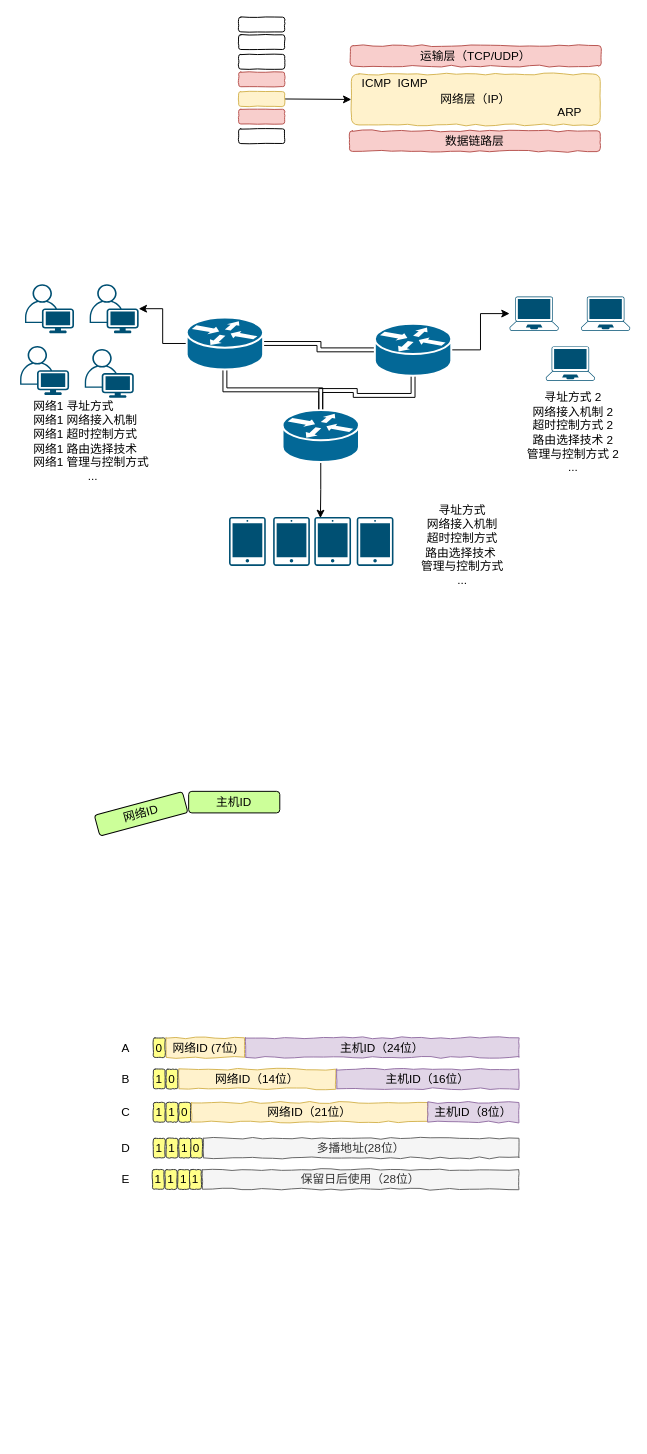
doctorrm/tool keeps this draw.io diagram as page "第 2 页" (2 of 2) of Untitled Diagram.drawio. Above is the earlier version. Source tidied: cells renumbered, new cells numbered last; positions are measured from the earlier drawing's top-left corner, leaving out a move shared by most shapes. Both pictures are drawn from the tidied source at 98%, with x=0, y=0 at pixel (17, 17).
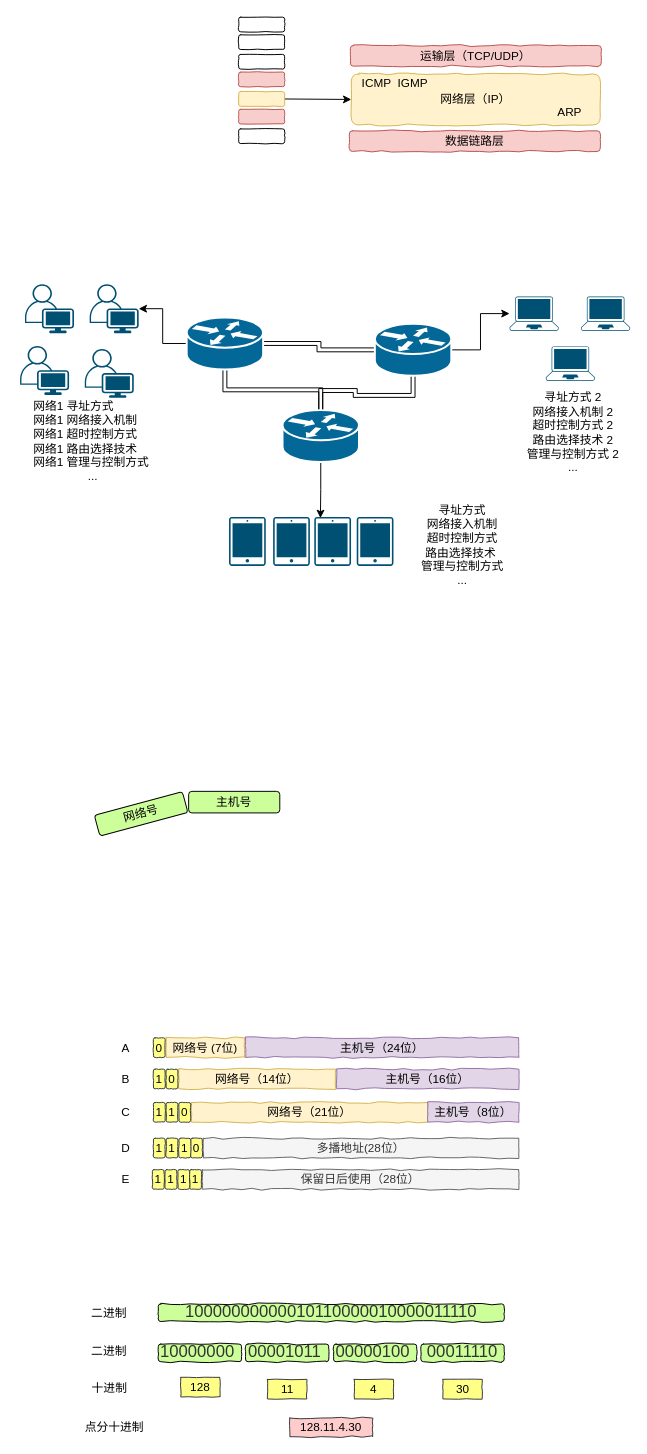
Above is the later version.

Change to the diagram source:
```diff
@@
-    <mxCell id="39" value="网络ID" style="rounded=1;whiteSpace=wrap;html=1;shadow=0;labelBackgroundColor=none;comic=0;sketch=0;fillColor=#CCFF99;gradientColor=none;rotation=-15;" parent="1" vertex="1">
+    <mxCell id="39" value="网络号" style="rounded=1;whiteSpace=wrap;html=1;shadow=0;labelBackgroundColor=none;comic=0;sketch=0;fillColor=#CCFF99;gradientColor=none;rotation=-15;" parent="1" vertex="1">
       <mxGeometry x="80" y="802" width="93" height="22" as="geometry" />
     </mxCell>
-    <mxCell id="40" value="主机ID" style="rounded=1;whiteSpace=wrap;html=1;shadow=0;labelBackgroundColor=none;comic=0;sketch=0;fillColor=#CCFF99;gradientColor=none;rotation=0;" parent="1" vertex="1">
+    <mxCell id="40" value="主机号" style="rounded=1;whiteSpace=wrap;html=1;shadow=0;labelBackgroundColor=none;comic=0;sketch=0;fillColor=#CCFF99;gradientColor=none;rotation=0;" parent="1" vertex="1">
       <mxGeometry x="175" y="790" width="93" height="22" as="geometry" />
     </mxCell>
-    <mxCell id="41" value="网络ID (7位)" style="rounded=0;whiteSpace=wrap;html=1;shadow=0;labelBackgroundColor=none;comic=1;sketch=0;fillColor=#fff2cc;strokeColor=#d6b656;" parent="1" vertex="1">
+    <mxCell id="41" value="网络号 (7位)" style="rounded=0;whiteSpace=wrap;html=1;shadow=0;labelBackgroundColor=none;comic=1;sketch=0;fillColor=#fff2cc;strokeColor=#d6b656;" parent="1" vertex="1">
       <mxGeometry x="152" y="1041.5" width="80" height="20" as="geometry" />
     </mxCell>
-    <mxCell id="42" value="主机ID（24位）" style="rounded=0;whiteSpace=wrap;html=1;shadow=0;labelBackgroundColor=none;comic=1;sketch=0;fillColor=#e1d5e7;strokeColor=#9673a6;" parent="1" vertex="1">
+    <mxCell id="42" value="主机号（24位）" style="rounded=0;whiteSpace=wrap;html=1;shadow=0;labelBackgroundColor=none;comic=1;sketch=0;fillColor=#e1d5e7;strokeColor=#9673a6;" parent="1" vertex="1">
       <mxGeometry x="233" y="1041.5" width="279" height="20" as="geometry" />
     </mxCell>
-    <mxCell id="43" value="网络ID（14位）" style="rounded=0;whiteSpace=wrap;html=1;shadow=0;labelBackgroundColor=none;comic=1;sketch=0;fillColor=#fff2cc;strokeColor=#d6b656;" parent="1" vertex="1">
+    <mxCell id="43" value="网络号（14位）" style="rounded=0;whiteSpace=wrap;html=1;shadow=0;labelBackgroundColor=none;comic=1;sketch=0;fillColor=#fff2cc;strokeColor=#d6b656;" parent="1" vertex="1">
       <mxGeometry x="165" y="1073.5" width="160" height="20" as="geometry" />
     </mxCell>
-    <mxCell id="44" value="主机ID（16位）" style="rounded=0;whiteSpace=wrap;html=1;shadow=0;labelBackgroundColor=none;comic=1;sketch=0;fillColor=#e1d5e7;strokeColor=#9673a6;" parent="1" vertex="1">
+    <mxCell id="44" value="主机号（16位）" style="rounded=0;whiteSpace=wrap;html=1;shadow=0;labelBackgroundColor=none;comic=1;sketch=0;fillColor=#e1d5e7;strokeColor=#9673a6;" parent="1" vertex="1">
       <mxGeometry x="326" y="1073.5" width="186" height="20" as="geometry" />
     </mxCell>
-    <mxCell id="45" value="网络ID（21位）" style="rounded=0;whiteSpace=wrap;html=1;shadow=0;labelBackgroundColor=none;comic=1;sketch=0;fillColor=#fff2cc;strokeColor=#d6b656;" parent="1" vertex="1">
+    <mxCell id="45" value="网络号（21位）" style="rounded=0;whiteSpace=wrap;html=1;shadow=0;labelBackgroundColor=none;comic=1;sketch=0;fillColor=#fff2cc;strokeColor=#d6b656;" parent="1" vertex="1">
       <mxGeometry x="178" y="1107.5" width="241" height="20" as="geometry" />
     </mxCell>
-    <mxCell id="46" value="主机ID（8位）" style="rounded=0;whiteSpace=wrap;html=1;shadow=0;labelBackgroundColor=none;comic=1;sketch=0;fillColor=#e1d5e7;strokeColor=#9673a6;" parent="1" vertex="1">
+    <mxCell id="46" value="主机号（8位）" style="rounded=0;whiteSpace=wrap;html=1;shadow=0;labelBackgroundColor=none;comic=1;sketch=0;fillColor=#e1d5e7;strokeColor=#9673a6;" parent="1" vertex="1">
       <mxGeometry x="419" y="1107.5" width="93" height="20" as="geometry" />
     </mxCell>
@@
+    <mxCell id="68" value="&lt;span style=&quot;color: rgb(51 , 51 , 51) ; font-family: , , &amp;#34;blinkmacsystemfont&amp;#34; , &amp;#34;helvetica neue&amp;#34; , &amp;#34;pingfang sc&amp;#34; , &amp;#34;hiragino sans gb&amp;#34; , &amp;#34;microsoft yahei ui&amp;#34; , &amp;#34;microsoft yahei&amp;#34; , &amp;#34;arial&amp;#34; , sans-serif ; font-size: 17px ; text-align: left&quot;&gt;10000000&lt;/span&gt;&lt;span style=&quot;color: rgb(51 , 51 , 51) ; font-family: , , &amp;#34;blinkmacsystemfont&amp;#34; , &amp;#34;helvetica neue&amp;#34; , &amp;#34;pingfang sc&amp;#34; , &amp;#34;hiragino sans gb&amp;#34; , &amp;#34;microsoft yahei ui&amp;#34; , &amp;#34;microsoft yahei&amp;#34; , &amp;#34;arial&amp;#34; , sans-serif ; font-size: 17px ; text-align: left&quot;&gt;0000101100000100&lt;/span&gt;&lt;span style=&quot;color: rgb(51 , 51 , 51) ; font-family: , , &amp;#34;blinkmacsystemfont&amp;#34; , &amp;#34;helvetica neue&amp;#34; , &amp;#34;pingfang sc&amp;#34; , &amp;#34;hiragino sans gb&amp;#34; , &amp;#34;microsoft yahei ui&amp;#34; , &amp;#34;microsoft yahei&amp;#34; , &amp;#34;arial&amp;#34; , sans-serif ; font-size: 17px ; text-align: left&quot;&gt;00011110&lt;/span&gt;" style="rounded=1;whiteSpace=wrap;html=1;shadow=0;labelBackgroundColor=none;comic=1;sketch=0;fillColor=#CCFF99;gradientColor=none;" parent="1" vertex="1">
+      <mxGeometry x="144" y="1313" width="353" height="18" as="geometry" />
+    </mxCell>
+    <mxCell id="69" value="&lt;span style=&quot;color: rgb(51 , 51 , 51) ; font-size: 17px ; text-align: left&quot;&gt;10000000&amp;nbsp;&lt;/span&gt;" style="rounded=1;whiteSpace=wrap;html=1;shadow=0;labelBackgroundColor=none;comic=1;sketch=0;fillColor=#CCFF99;gradientColor=none;" parent="1" vertex="1">
+      <mxGeometry x="144" y="1354" width="85" height="18" as="geometry" />
+    </mxCell>
+    <mxCell id="70" value="&lt;span style=&quot;color: rgb(51 , 51 , 51) ; font-size: 17px ; text-align: left&quot;&gt;00001011&amp;nbsp;&lt;/span&gt;" style="rounded=1;whiteSpace=wrap;html=1;shadow=0;labelBackgroundColor=none;comic=1;sketch=0;fillColor=#CCFF99;gradientColor=none;" parent="1" vertex="1">
+      <mxGeometry x="233" y="1354" width="85" height="18" as="geometry" />
+    </mxCell>
+    <mxCell id="71" value="&lt;span style=&quot;color: rgb(51 , 51 , 51) ; font-size: 17px ; text-align: left&quot;&gt;00000100&amp;nbsp;&lt;/span&gt;" style="rounded=1;whiteSpace=wrap;html=1;shadow=0;labelBackgroundColor=none;comic=1;sketch=0;fillColor=#CCFF99;gradientColor=none;" parent="1" vertex="1">
+      <mxGeometry x="322.8" y="1354" width="85" height="18" as="geometry" />
+    </mxCell>
+    <mxCell id="72" value="&lt;span style=&quot;color: rgb(51 , 51 , 51) ; font-size: 17px ; text-align: left&quot;&gt;00011110&lt;/span&gt;" style="rounded=1;whiteSpace=wrap;html=1;shadow=0;labelBackgroundColor=none;comic=1;sketch=0;fillColor=#CCFF99;gradientColor=none;" parent="1" vertex="1">
+      <mxGeometry x="412" y="1354" width="85" height="18" as="geometry" />
+    </mxCell>
+    <mxCell id="73" value="128" style="text;html=1;strokeColor=#36393d;fillColor=#ffff88;align=center;verticalAlign=middle;whiteSpace=wrap;rounded=0;shadow=0;labelBackgroundColor=none;comic=1;sketch=0;" parent="1" vertex="1">
+      <mxGeometry x="167" y="1388" width="40" height="20" as="geometry" />
+    </mxCell>
+    <mxCell id="74" value="11" style="text;html=1;strokeColor=#36393d;fillColor=#ffff88;align=center;verticalAlign=middle;whiteSpace=wrap;rounded=0;shadow=0;labelBackgroundColor=none;comic=1;sketch=0;" parent="1" vertex="1">
+      <mxGeometry x="255.5" y="1390" width="40" height="20" as="geometry" />
+    </mxCell>
+    <mxCell id="75" value="4" style="text;html=1;strokeColor=#36393d;fillColor=#ffff88;align=center;verticalAlign=middle;whiteSpace=wrap;rounded=0;shadow=0;labelBackgroundColor=none;comic=1;sketch=0;" parent="1" vertex="1">
+      <mxGeometry x="344" y="1390" width="40" height="20" as="geometry" />
+    </mxCell>
+    <mxCell id="76" value="30" style="text;html=1;strokeColor=#36393d;fillColor=#ffff88;align=center;verticalAlign=middle;whiteSpace=wrap;rounded=0;shadow=0;labelBackgroundColor=none;comic=1;sketch=0;" parent="1" vertex="1">
+      <mxGeometry x="434.5" y="1390" width="40" height="20" as="geometry" />
+    </mxCell>
+    <mxCell id="77" value="128.11.4.30" style="text;html=1;strokeColor=#36393d;fillColor=#ffcccc;align=center;verticalAlign=middle;whiteSpace=wrap;rounded=0;shadow=0;labelBackgroundColor=none;comic=1;sketch=0;" parent="1" vertex="1">
+      <mxGeometry x="278.2" y="1429.5" width="84.5" height="19" as="geometry" />
+    </mxCell>
+    <mxCell id="78" value="二进制" style="text;html=1;strokeColor=none;fillColor=none;align=center;verticalAlign=middle;whiteSpace=wrap;rounded=0;shadow=0;labelBackgroundColor=none;comic=1;sketch=0;" parent="1" vertex="1">
+      <mxGeometry x="66" y="1315" width="56" height="16" as="geometry" />
+    </mxCell>
+    <mxCell id="79" value="点分十进制" style="text;html=1;strokeColor=none;fillColor=none;align=center;verticalAlign=middle;whiteSpace=wrap;rounded=0;shadow=0;labelBackgroundColor=none;comic=1;sketch=0;" parent="1" vertex="1">
+      <mxGeometry x="62.5" y="1430.2" width="73" height="17.5" as="geometry" />
+    </mxCell>
+    <mxCell id="80" value="十进制" style="text;html=1;strokeColor=none;fillColor=none;align=center;verticalAlign=middle;whiteSpace=wrap;rounded=0;shadow=0;labelBackgroundColor=none;comic=1;sketch=0;" parent="1" vertex="1">
+      <mxGeometry x="57.5" y="1390.5" width="73" height="17.5" as="geometry" />
+    </mxCell>
+    <mxCell id="81" value="二进制" style="text;html=1;strokeColor=none;fillColor=none;align=center;verticalAlign=middle;whiteSpace=wrap;rounded=0;shadow=0;labelBackgroundColor=none;comic=1;sketch=0;" parent="1" vertex="1">
+      <mxGeometry x="66" y="1354" width="56" height="16" as="geometry" />
+    </mxCell>
```
